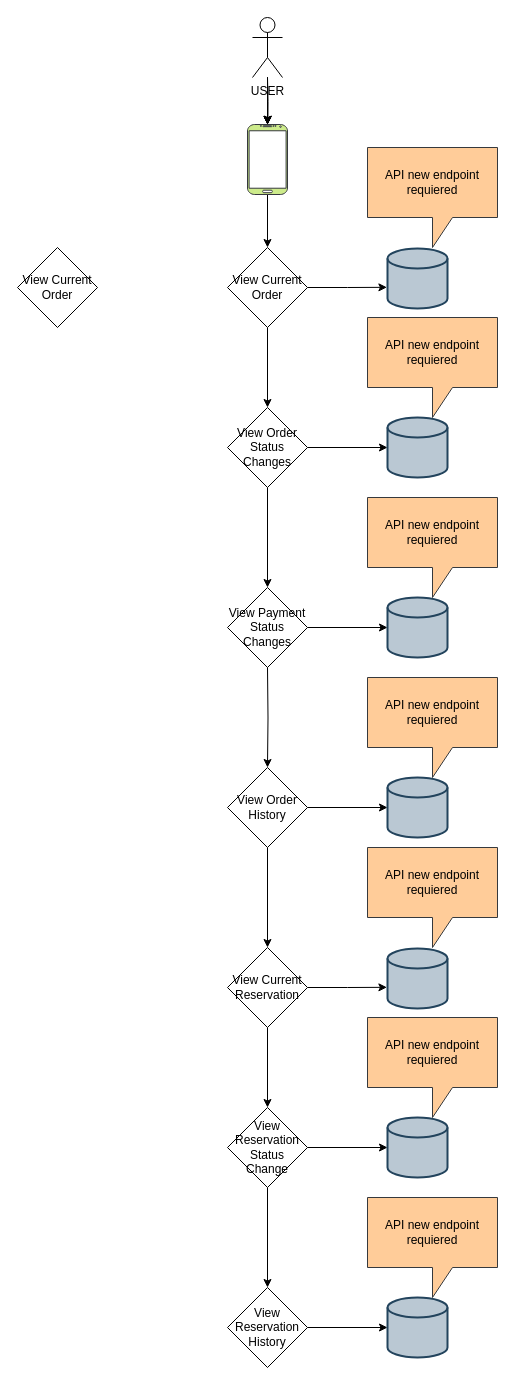
Above: page "UserQwerys" (7 of 10) of EsmartCafeteria.drawio in esmartdie/EsmartCafeteria (draw.io), before the change. Source tidied: cells renumbered, new cells numbered last; positions are measured from the earlier drawing's top-left corner, leaving out a move shared by most shapes. Both pictures are drawn from the tidied source at 100%, with x=0, y=0 at pixel (17, 17).
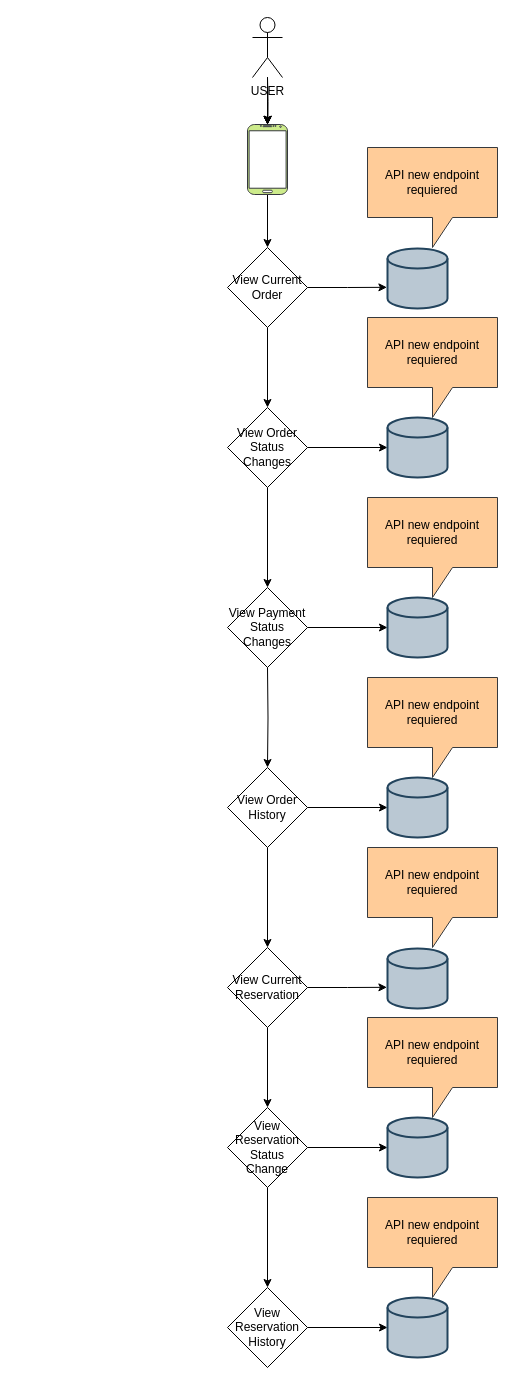
After the change.

Diff of the diagram source:
```diff
@@
-    <mxCell id="44" value="View Current Order" style="rhombus;whiteSpace=wrap;html=1;" parent="1" vertex="1">
-      <mxGeometry y="230" width="80" height="80" as="geometry" />
-    </mxCell>
```
